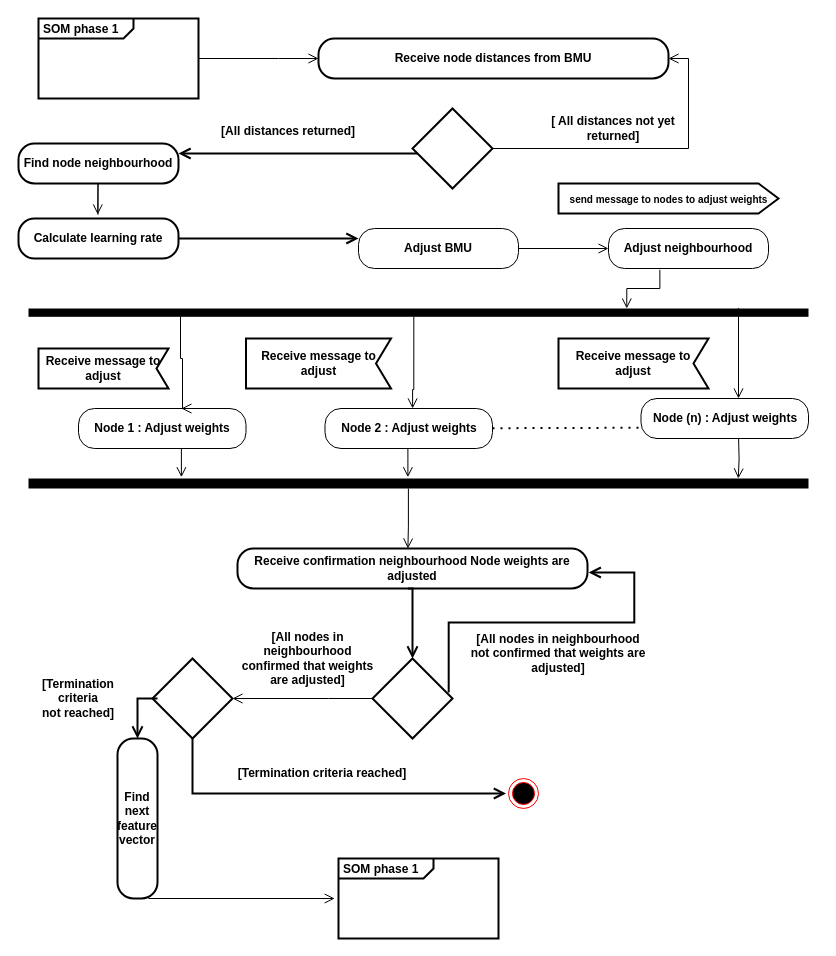
This is ActivityDiagram2.drawio from vanelopethecoder/som-basic, a draw.io file, before an edit. Source tidied: cells renumbered, new cells numbered last; positions are measured from the earlier drawing's top-left corner, leaving out a move shared by most shapes. Both pictures are drawn from the tidied source at 100%, with x=0, y=0 at pixel (18, 18).
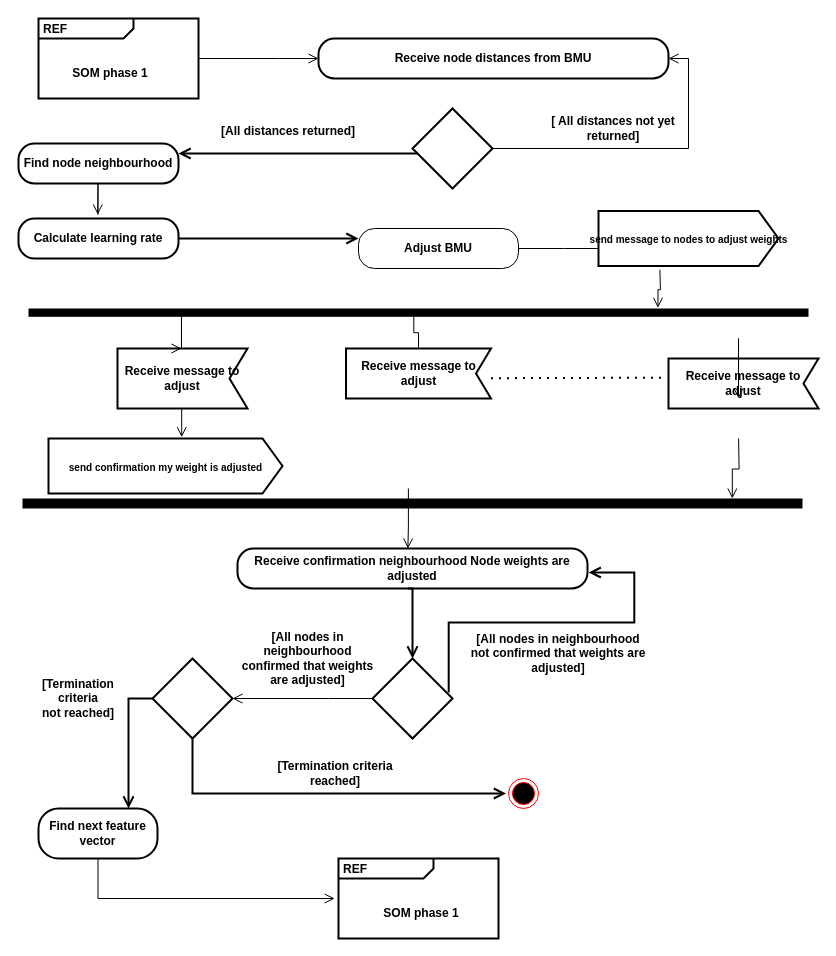
The same page after the edit.

The change refers to these unchanged cells:
```xml
<mxCell id="7" style="html=1;points=[];perimeter=orthogonalPerimeter;fillColor=#000000;strokeColor=none;direction=north;" parent="1" vertex="1">
  <mxGeometry x="10" y="290" width="780" height="8.3" as="geometry" />
</mxCell>
<mxCell id="14" value="&lt;b&gt;Adjust BMU&lt;/b&gt;" style="rounded=1;whiteSpace=wrap;html=1;arcSize=40;fontColor=#000000;fillColor=#FFFFFF;strokeColor=#000000;" parent="1" vertex="1">
  <mxGeometry x="340" y="210" width="160" height="40" as="geometry" />
</mxCell>
<mxCell id="44" style="rhombus;whiteSpace=wrap;html=1;strokeWidth=2;" parent="1" vertex="1">
  <mxGeometry x="134" y="640" width="80" height="80" as="geometry" />
</mxCell>
```

Change to the diagram source:
```diff
@@
     <mxCell id="2" style="endArrow=none;dashed=1;html=1;dashPattern=1 3;strokeWidth=2;rounded=0;" parent="1" edge="1">
       <mxGeometry relative="1" as="geometry">
-        <mxPoint x="474" y="409.7" as="sourcePoint" />
-        <mxPoint x="644" y="409.2" as="targetPoint" />
+        <mxPoint x="472.5" y="359.7" as="sourcePoint" />
+        <mxPoint x="642.5" y="359.2" as="targetPoint" />
       </mxGeometry>
     </mxCell>
@@
     <mxCell id="4" value="&lt;b&gt;[Termination criteria reached]&lt;/b&gt;" style="text;html=1;strokeColor=none;fillColor=none;align=center;verticalAlign=middle;whiteSpace=wrap;rounded=0;labelBackgroundColor=#FFFFFF;" parent="1" vertex="1">
-      <mxGeometry x="214" y="740" width="180" height="30" as="geometry" />
+      <mxGeometry x="240" y="740" width="154" height="30" as="geometry" />
     </mxCell>
-    <mxCell id="5" value="&lt;span style=&quot;text-align: left&quot;&gt;&lt;b&gt;Node 1 : Adjust weights&lt;/b&gt;&lt;/span&gt;" style="rounded=1;whiteSpace=wrap;html=1;arcSize=40;fontColor=#000000;fillColor=#FFFFFF;strokeColor=#000000;" parent="1" vertex="1">
-      <mxGeometry x="60" y="390" width="167.5" height="40" as="geometry" />
-    </mxCell>
-    <mxCell id="6" value="&lt;span style=&quot;text-align: left&quot;&gt;&lt;b&gt;Node 2 : Adjust weights&lt;/b&gt;&lt;/span&gt;" style="rounded=1;whiteSpace=wrap;html=1;arcSize=40;fontColor=#000000;fillColor=#FFFFFF;strokeColor=#000000;" parent="1" vertex="1">
-      <mxGeometry x="306.5" y="390" width="167.5" height="40" as="geometry" />
-    </mxCell>
@@
-    <mxCell id="8" value="&lt;span style=&quot;text-align: left&quot;&gt;&lt;b&gt;Node (n) : Adjust weights&lt;/b&gt;&lt;/span&gt;" style="rounded=1;whiteSpace=wrap;html=1;arcSize=40;fontColor=#000000;fillColor=#FFFFFF;strokeColor=#000000;" parent="1" vertex="1">
-      <mxGeometry x="622.5" y="380" width="167.5" height="40" as="geometry" />
-    </mxCell>
@@
-    <mxCell id="15" value="&lt;b&gt;Adjust neighbourhood&lt;/b&gt;" style="rounded=1;whiteSpace=wrap;html=1;arcSize=40;fontColor=#000000;fillColor=#FFFFFF;strokeColor=#000000;" parent="1" vertex="1">
-      <mxGeometry x="590" y="210" width="160" height="40" as="geometry" />
-    </mxCell>
-    <mxCell id="16" style="edgeStyle=orthogonalEdgeStyle;html=1;verticalAlign=bottom;endArrow=open;endSize=8;strokeColor=#000000;rounded=0;exitX=1;exitY=0.5;exitDx=0;exitDy=0;entryX=0;entryY=0.5;entryDx=0;entryDy=0;" parent="1" edge="1" source="14" target="15">
-      <mxGeometry relative="1" as="geometry" />
+    <mxCell id="16" style="edgeStyle=orthogonalEdgeStyle;html=1;verticalAlign=bottom;endArrow=open;endSize=8;strokeColor=#000000;rounded=0;exitX=1;exitY=0.5;exitDx=0;exitDy=0;entryX=0;entryY=0.5;entryDx=0;entryDy=0;" parent="1" edge="1" source="14">
+      <mxGeometry relative="1" as="geometry">
+        <mxPoint x="590" y="230" as="targetPoint" />
+      </mxGeometry>
     </mxCell>
@@
-    <mxCell id="20" style="edgeStyle=orthogonalEdgeStyle;html=1;verticalAlign=bottom;endArrow=open;endSize=8;strokeColor=#000000;rounded=0;exitX=0.321;exitY=1.032;exitDx=0;exitDy=0;entryX=1;entryY=0.767;entryDx=0;entryDy=0;entryPerimeter=0;exitPerimeter=0;" parent="1" edge="1" source="15" target="7">
-      <mxGeometry relative="1" as="geometry" />
+    <mxCell id="20" style="edgeStyle=orthogonalEdgeStyle;html=1;verticalAlign=bottom;endArrow=open;endSize=8;strokeColor=#000000;rounded=0;exitX=0.321;exitY=1.032;exitDx=0;exitDy=0;entryX=1.08;entryY=0.807;entryDx=0;entryDy=0;entryPerimeter=0;exitPerimeter=0;" parent="1" edge="1" target="7">
+      <mxGeometry relative="1" as="geometry">
+        <mxPoint x="641.4" y="251.3" as="sourcePoint" />
+      </mxGeometry>
     </mxCell>
@@
-    <mxCell id="23" value="&lt;p style=&quot;margin: 0px ; margin-top: 4px ; margin-left: 5px ; text-align: left&quot;&gt;&lt;b&gt;SOM phase 1&lt;/b&gt;&lt;/p&gt;" style="html=1;shape=mxgraph.sysml.package;overflow=fill;labelX=95;align=left;spacingLeft=5;verticalAlign=top;spacingTop=-3;strokeWidth=2;" parent="1" vertex="1">
+    <mxCell id="23" value="&lt;p style=&quot;margin: 0px ; margin-top: 4px ; margin-left: 5px ; text-align: left&quot;&gt;&lt;b&gt;REF&amp;nbsp;&lt;/b&gt;&lt;/p&gt;" style="html=1;shape=mxgraph.sysml.package;overflow=fill;labelX=95;align=left;spacingLeft=5;verticalAlign=top;spacingTop=-3;strokeWidth=2;" parent="1" vertex="1">
       <mxGeometry x="20" width="160" height="80" as="geometry" />
     </mxCell>
@@
-    <mxCell id="25" value="&lt;p style=&quot;margin: 0px ; margin-top: 4px ; margin-left: 5px ; text-align: left&quot;&gt;&lt;b&gt;SOM phase 1&lt;/b&gt;&lt;/p&gt;" style="html=1;shape=mxgraph.sysml.package;overflow=fill;labelX=95;align=left;spacingLeft=5;verticalAlign=top;spacingTop=-3;strokeWidth=2;" parent="1" vertex="1">
+    <mxCell id="25" value="&lt;p style=&quot;margin: 0px ; margin-top: 4px ; margin-left: 5px ; text-align: left&quot;&gt;&lt;b&gt;REF&lt;/b&gt;&lt;/p&gt;" style="html=1;shape=mxgraph.sysml.package;overflow=fill;labelX=95;align=left;spacingLeft=5;verticalAlign=top;spacingTop=-3;strokeWidth=2;" parent="1" vertex="1">
       <mxGeometry x="320" y="840" width="160" height="80" as="geometry" />
     </mxCell>
     <mxCell id="26" value="Receive message to adjust" style="shape=mxgraph.sysml.accEvent;flipH=1;whiteSpace=wrap;align=center;strokeWidth=2;fontStyle=1;" parent="1" vertex="1">
-      <mxGeometry x="20" y="330" width="130" height="40" as="geometry" />
+      <mxGeometry x="99" y="330" width="130" height="60" as="geometry" />
     </mxCell>
-    <mxCell id="27" value="Receive message to adjust" style="shape=mxgraph.sysml.accEvent;flipH=1;whiteSpace=wrap;align=center;fontStyle=1;strokeWidth=2;" parent="1" vertex="1">
-      <mxGeometry x="227.5" y="320" width="145" height="50" as="geometry" />
-    </mxCell>
     <mxCell id="28" value="Receive message to adjust" style="shape=mxgraph.sysml.accEvent;flipH=1;whiteSpace=wrap;align=center;fontStyle=1;strokeWidth=2;" parent="1" vertex="1">
-      <mxGeometry x="540" y="320" width="150" height="50" as="geometry" />
+      <mxGeometry x="650" y="340" width="150" height="50" as="geometry" />
     </mxCell>
     <mxCell id="29" value="&lt;font style=&quot;font-size: 10px&quot;&gt;&lt;b&gt;send message to nodes to adjust weights&lt;/b&gt;&lt;/font&gt;" style="html=1;shape=mxgraph.infographic.ribbonSimple;notch1=0;notch2=20;align=center;verticalAlign=middle;fontSize=14;fontStyle=0;fillColor=#FFFFFF;strokeWidth=2;" parent="1" vertex="1">
-      <mxGeometry x="540" y="165" width="220" height="30" as="geometry" />
+      <mxGeometry x="580" y="192.5" width="180" height="55" as="geometry" />
     </mxCell>
@@
     <mxCell id="31" style="edgeStyle=orthogonalEdgeStyle;html=1;verticalAlign=bottom;endArrow=open;endSize=8;strokeColor=#000000;rounded=0;" parent="1" edge="1">
       <mxGeometry relative="1" as="geometry">
-        <mxPoint x="162.9" y="430" as="sourcePoint" />
-        <mxPoint x="162.9" y="458.7" as="targetPoint" />
+        <mxPoint x="163.2" y="390" as="sourcePoint" />
+        <mxPoint x="163.2" y="418.7" as="targetPoint" />
         <Array as="points">
-          <mxPoint x="163.4" y="430.3" />
-          <mxPoint x="163.4" y="430.3" />
+          <mxPoint x="163.7" y="390.3" />
+          <mxPoint x="163.7" y="390.3" />
         </Array>
       </mxGeometry>
     </mxCell>
     <mxCell id="32" style="edgeStyle=orthogonalEdgeStyle;html=1;verticalAlign=bottom;endArrow=open;endSize=8;strokeColor=#000000;rounded=0;" parent="1" edge="1">
       <mxGeometry relative="1" as="geometry">
         <mxPoint x="163" y="294" as="sourcePoint" />
-        <mxPoint x="162.9" y="390" as="targetPoint" />
+        <mxPoint x="163" y="330" as="targetPoint" />
         <Array as="points">
-          <mxPoint x="162" y="340" />
-          <mxPoint x="164" y="340" />
+          <mxPoint x="162" y="330" />
+          <mxPoint x="164" y="330" />
           <mxPoint x="164" y="390" />
         </Array>
       </mxGeometry>
     </mxCell>
-    <mxCell id="33" style="edgeStyle=orthogonalEdgeStyle;html=1;verticalAlign=bottom;endArrow=open;endSize=8;strokeColor=#000000;rounded=0;" parent="1" edge="1">
-      <mxGeometry relative="1" as="geometry">
-        <mxPoint x="389.4" y="430" as="sourcePoint" />
-        <mxPoint x="389.4" y="458.7" as="targetPoint" />
-        <Array as="points">
-          <mxPoint x="389.2" y="440" />
-          <mxPoint x="389.2" y="440" />
-        </Array>
-      </mxGeometry>
-    </mxCell>
-    <mxCell id="34" style="edgeStyle=orthogonalEdgeStyle;html=1;verticalAlign=bottom;endArrow=open;endSize=8;strokeColor=#000000;rounded=0;exitX=0;exitY=0.494;exitDx=0;exitDy=0;exitPerimeter=0;" parent="1" edge="1" source="7">
-      <mxGeometry relative="1" as="geometry">
-        <mxPoint x="394.1" y="390" as="targetPoint" />
-        <Array as="points">
-          <mxPoint x="394" y="371" />
-        </Array>
-      </mxGeometry>
-    </mxCell>
@@
     <mxCell id="36" style="edgeStyle=orthogonalEdgeStyle;html=1;verticalAlign=bottom;endArrow=open;endSize=8;strokeColor=#000000;rounded=0;" parent="1" edge="1">
       <mxGeometry relative="1" as="geometry">
         <mxPoint x="720" y="351.3" as="sourcePoint" />
         <mxPoint x="720" y="380" as="targetPoint" />
         <Array as="points">
-          <mxPoint x="720" y="290" />
-          <mxPoint x="720" y="290" />
+          <mxPoint x="720" y="320" />
+          <mxPoint x="720" y="320" />
         </Array>
       </mxGeometry>
     </mxCell>
     <mxCell id="37" style="html=1;points=[];perimeter=orthogonalPerimeter;fillColor=#000000;strokeColor=none;direction=north;" parent="1" vertex="1">
-      <mxGeometry x="10" y="460" width="780" height="10" as="geometry" />
+      <mxGeometry x="4" y="480" width="780" height="10" as="geometry" />
     </mxCell>
@@
-    <mxCell id="45" style="edgeStyle=orthogonalEdgeStyle;html=1;verticalAlign=bottom;endArrow=open;endSize=8;strokeColor=#000000;rounded=0;strokeWidth=2;" parent="1" edge="1">
+    <mxCell id="45" style="edgeStyle=orthogonalEdgeStyle;html=1;verticalAlign=bottom;endArrow=open;endSize=8;strokeColor=#000000;rounded=0;strokeWidth=2;exitX=0;exitY=0.5;exitDx=0;exitDy=0;" parent="1" edge="1" source="44">
       <mxGeometry relative="1" as="geometry">
-        <mxPoint x="139" y="680" as="sourcePoint" />
-        <mxPoint x="119" y="720" as="targetPoint" />
+        <mxPoint x="110" y="790" as="targetPoint" />
         <Array as="points">
-          <mxPoint x="139" y="680" />
-          <mxPoint x="119" y="680" />
+          <mxPoint x="110" y="680" />
         </Array>
       </mxGeometry>
     </mxCell>
     <mxCell id="46" value="&lt;b&gt;Find next feature vector&lt;/b&gt;" style="rounded=1;whiteSpace=wrap;html=1;arcSize=40;fontColor=#000000;fillColor=#FFFFFF;strokeColor=#000000;direction=south;strokeWidth=2;" parent="1" vertex="1">
-      <mxGeometry x="99" y="720" width="40" height="160" as="geometry" />
+      <mxGeometry x="20" y="790" width="119" height="50" as="geometry" />
     </mxCell>
-    <mxCell id="47" style="edgeStyle=orthogonalEdgeStyle;html=1;verticalAlign=bottom;endArrow=open;endSize=8;strokeColor=#000000;rounded=0;entryX=0;entryY=0.25;entryDx=0;entryDy=0;" parent="1" edge="1">
+    <mxCell id="47" style="edgeStyle=orthogonalEdgeStyle;html=1;verticalAlign=bottom;endArrow=open;endSize=8;strokeColor=#000000;rounded=0;entryX=0;entryY=0.25;entryDx=0;entryDy=0;exitX=1;exitY=0.5;exitDx=0;exitDy=0;" parent="1" edge="1" source="46">
       <mxGeometry relative="1" as="geometry">
-        <mxPoint x="130" y="880" as="sourcePoint" />
         <mxPoint x="316.2" y="880" as="targetPoint" />
+        <Array as="points">
+          <mxPoint x="80" y="880" />
+        </Array>
       </mxGeometry>
     </mxCell>
@@
+    <mxCell id="51" value="&lt;b style=&quot;font-size: 12px ; text-align: left&quot;&gt;SOM phase 1&lt;/b&gt;" style="text;html=1;strokeColor=none;fillColor=none;align=center;verticalAlign=middle;whiteSpace=wrap;rounded=0;fontSize=10;" parent="1" vertex="1">
+      <mxGeometry x="50" y="40" width="84" height="30" as="geometry" />
+    </mxCell>
+    <mxCell id="52" value="&lt;b style=&quot;font-size: 12px ; text-align: left&quot;&gt;SOM phase 1&lt;/b&gt;" style="text;html=1;strokeColor=none;fillColor=none;align=center;verticalAlign=middle;whiteSpace=wrap;rounded=0;fontSize=10;" parent="1" vertex="1">
+      <mxGeometry x="360" y="880" width="86" height="30" as="geometry" />
+    </mxCell>
+    <mxCell id="53" style="edgeStyle=orthogonalEdgeStyle;rounded=0;orthogonalLoop=1;jettySize=auto;html=1;exitX=0.5;exitY=1;exitDx=0;exitDy=0;fontSize=10;strokeWidth=2;" parent="1" edge="1" source="52" target="52">
+      <mxGeometry relative="1" as="geometry" />
+    </mxCell>
+    <mxCell id="27" value="Receive message to adjust" style="shape=mxgraph.sysml.accEvent;flipH=1;whiteSpace=wrap;align=center;fontStyle=1;strokeWidth=2;" parent="1" vertex="1">
+      <mxGeometry x="327.5" y="330" width="145" height="50" as="geometry" />
+    </mxCell>
+    <mxCell id="54" style="edgeStyle=orthogonalEdgeStyle;html=1;verticalAlign=bottom;endArrow=none;endSize=8;strokeColor=#000000;rounded=0;exitX=0;exitY=0.494;exitDx=0;exitDy=0;exitPerimeter=0;" parent="1" edge="1" source="7" target="27">
+      <mxGeometry relative="1" as="geometry" />
+    </mxCell>
+    <mxCell id="55" value="&lt;span style=&quot;font-size: 10px&quot;&gt;&lt;b&gt;send confirmation my weight is adjusted&lt;/b&gt;&lt;/span&gt;" style="html=1;shape=mxgraph.infographic.ribbonSimple;notch1=0;notch2=20;align=center;verticalAlign=middle;fontSize=14;fontStyle=0;fillColor=#FFFFFF;strokeWidth=2;" parent="1" vertex="1">
+      <mxGeometry x="30" y="420" width="234" height="55" as="geometry" />
+    </mxCell>
```
